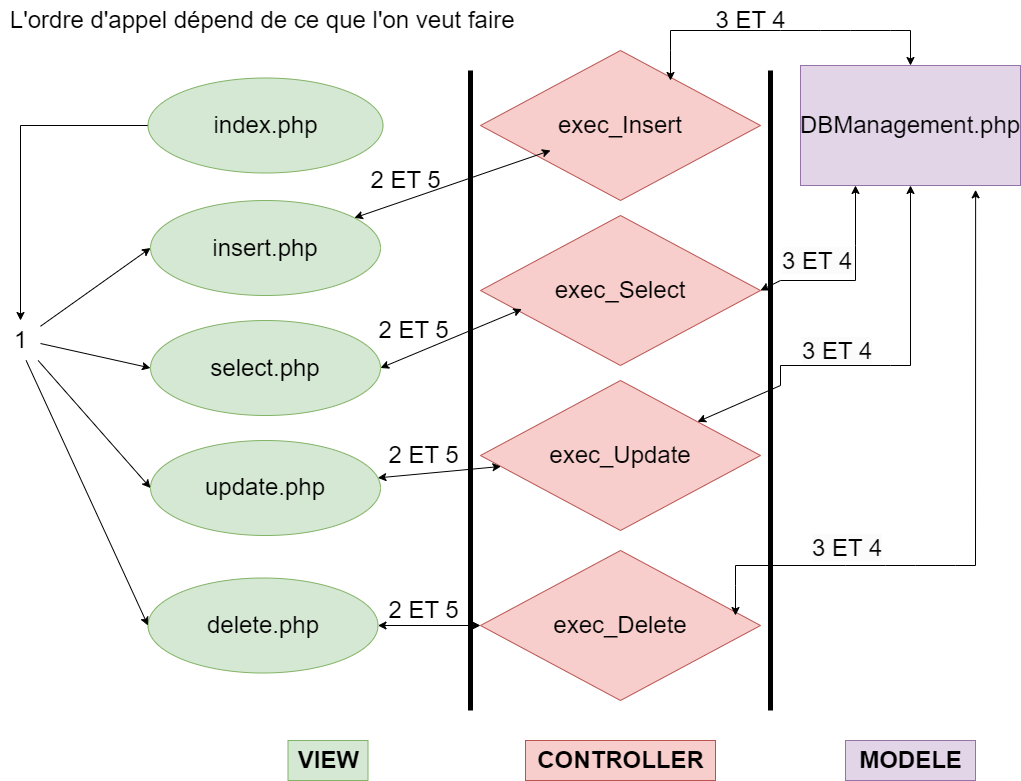
This is 7-TP5/Assets/Diagramme des appels.png from Katia1659/DWWM, a draw.io export, as it was before one commit. Source tidied: cells renumbered, new cells last; positions are measured from the earlier drawing's top-left corner, leaving out a move shared by most shapes. Source of this version:
```xml
<mxGraphModel>
  <root>
    <mxCell id="0" />
    <mxCell id="1" parent="0" />
    <mxCell id="2" style="endArrow=none;html=1;rounded=0;strokeWidth=5;" parent="1" edge="1">
      <mxGeometry relative="1" as="geometry">
        <mxPoint x="470" y="710" as="sourcePoint" />
        <mxPoint x="470" y="70" as="targetPoint" />
        <Array as="points">
          <mxPoint x="470" y="330" />
        </Array>
      </mxGeometry>
    </mxCell>
    <mxCell id="3" style="endArrow=none;html=1;rounded=0;strokeWidth=5;" parent="1" edge="1">
      <mxGeometry relative="1" as="geometry">
        <mxPoint x="770" y="710" as="sourcePoint" />
        <mxPoint x="770" y="70" as="targetPoint" />
        <Array as="points">
          <mxPoint x="770" y="330" />
        </Array>
      </mxGeometry>
    </mxCell>
    <mxCell id="4" value="&lt;font style=&quot;font-size: 24px;&quot;&gt;&lt;b&gt;MODELE&lt;/b&gt;&lt;/font&gt;" style="text;html=1;align=center;verticalAlign=middle;strokeColor=#9673a6;fillColor=#e1d5e7;" parent="1" vertex="1">
      <mxGeometry x="845" y="740" width="130" height="40" as="geometry" />
    </mxCell>
    <mxCell id="5" value="&lt;font style=&quot;font-size: 24px;&quot;&gt;&lt;b&gt;CONTROLLER&lt;/b&gt;&lt;/font&gt;" style="text;html=1;align=center;verticalAlign=middle;strokeColor=#b85450;fillColor=#f8cecc;" parent="1" vertex="1">
      <mxGeometry x="525" y="740" width="190" height="40" as="geometry" />
    </mxCell>
    <mxCell id="6" value="&lt;font style=&quot;font-size: 24px;&quot;&gt;&lt;b&gt;VIEW&lt;/b&gt;&lt;/font&gt;" style="text;html=1;align=center;verticalAlign=middle;strokeColor=#82b366;fillColor=#d5e8d4;" parent="1" vertex="1">
      <mxGeometry x="287.5" y="740" width="80" height="40" as="geometry" />
    </mxCell>
    <mxCell id="7" value="exec_Insert" style="rhombus;whiteSpace=wrap;html=1;fontSize=24;fillColor=#f8cecc;strokeColor=#b85450;" parent="1" vertex="1">
      <mxGeometry x="480" y="50" width="280" height="150" as="geometry" />
    </mxCell>
    <mxCell id="8" value="exec_Select" style="rhombus;whiteSpace=wrap;html=1;fontSize=24;fillColor=#f8cecc;strokeColor=#b85450;" parent="1" vertex="1">
      <mxGeometry x="480" y="215" width="280" height="150" as="geometry" />
    </mxCell>
    <mxCell id="9" value="DBManagement.php" style="rounded=0;whiteSpace=wrap;html=1;fontSize=24;fillColor=#e1d5e7;strokeColor=#9673a6;" parent="1" vertex="1">
      <mxGeometry x="800" y="65" width="220" height="120" as="geometry" />
    </mxCell>
    <mxCell id="10" style="edgeStyle=orthogonalEdgeStyle;rounded=0;jettySize=auto;html=1;exitX=0;exitY=0.5;exitDx=0;exitDy=0;fontSize=24;" parent="1" edge="1" source="11" target="13">
      <mxGeometry relative="1" as="geometry" />
    </mxCell>
    <mxCell id="11" value="index.php" style="ellipse;whiteSpace=wrap;html=1;fontSize=24;fillColor=#d5e8d4;strokeColor=#82b366;" parent="1" vertex="1">
      <mxGeometry x="147.5" y="77.5" width="235" height="95" as="geometry" />
    </mxCell>
    <mxCell id="12" style="endArrow=classic;startArrow=classic;html=1;rounded=0;strokeColor=#000000;strokeWidth=1;fontSize=24;entryX=0.5;entryY=0;entryDx=0;entryDy=0;" parent="1" edge="1" target="9">
      <mxGeometry relative="1" as="geometry">
        <mxPoint x="670" y="80" as="sourcePoint" />
        <Array as="points">
          <mxPoint x="670" y="50" />
          <mxPoint x="670" y="30" />
          <mxPoint x="780" y="30" />
          <mxPoint x="820" y="30" />
          <mxPoint x="850" y="30" />
          <mxPoint x="890" y="30" />
          <mxPoint x="910" y="30" />
        </Array>
      </mxGeometry>
    </mxCell>
    <mxCell id="13" value="1" style="text;html=1;align=center;verticalAlign=middle;points=[];strokeColor=none;fillColor=none;fontSize=24;" parent="1" vertex="1">
      <mxGeometry y="320" width="40" height="40" as="geometry" />
    </mxCell>
    <mxCell id="14" value="exec_Update" style="rhombus;whiteSpace=wrap;html=1;fontSize=24;fillColor=#f8cecc;strokeColor=#b85450;" parent="1" vertex="1">
      <mxGeometry x="480" y="380" width="280" height="150" as="geometry" />
    </mxCell>
    <mxCell id="15" value="insert.php" style="ellipse;whiteSpace=wrap;html=1;fontSize=24;fillColor=#d5e8d4;strokeColor=#82b366;" parent="1" vertex="1">
      <mxGeometry x="150" y="200" width="230" height="95" as="geometry" />
    </mxCell>
    <mxCell id="16" value="select.php" style="ellipse;whiteSpace=wrap;html=1;fontSize=24;fillColor=#d5e8d4;strokeColor=#82b366;" parent="1" vertex="1">
      <mxGeometry x="150" y="320" width="230" height="95" as="geometry" />
    </mxCell>
    <mxCell id="17" value="update.php" style="ellipse;whiteSpace=wrap;html=1;fontSize=24;fillColor=#d5e8d4;strokeColor=#82b366;" parent="1" vertex="1">
      <mxGeometry x="150" y="440" width="230" height="95" as="geometry" />
    </mxCell>
    <mxCell id="18" value="delete.php" style="ellipse;whiteSpace=wrap;html=1;fontSize=24;fillColor=#d5e8d4;strokeColor=#82b366;" parent="1" vertex="1">
      <mxGeometry x="147.5" y="577.5" width="230" height="95" as="geometry" />
    </mxCell>
    <mxCell id="19" value="exec_Delete" style="rhombus;whiteSpace=wrap;html=1;fontSize=24;fillColor=#f8cecc;strokeColor=#b85450;" parent="1" vertex="1">
      <mxGeometry x="480" y="550" width="280" height="150" as="geometry" />
    </mxCell>
    <mxCell id="20" value="3 ET 4" style="text;html=1;align=center;verticalAlign=middle;strokeColor=none;fillColor=none;fontSize=24;" parent="1" vertex="1">
      <mxGeometry x="705" width="90" height="40" as="geometry" />
    </mxCell>
    <mxCell id="21" value="2 ET 5" style="text;html=1;align=center;verticalAlign=middle;strokeColor=none;fillColor=none;fontSize=24;" parent="1" vertex="1">
      <mxGeometry x="360" y="160" width="90" height="40" as="geometry" />
    </mxCell>
    <mxCell id="22" value="&lt;font style=&quot;font-size: 24px;&quot;&gt;L'ordre d'appel dépend de ce que l'on veut faire&amp;nbsp;&lt;/font&gt;" style="text;html=1;align=center;verticalAlign=middle;strokeColor=none;fillColor=none;" parent="1" vertex="1">
      <mxGeometry width="530" height="40" as="geometry" />
    </mxCell>
    <mxCell id="23" style="endArrow=classic;html=1;rounded=0;fontSize=24;entryX=0;entryY=0.5;entryDx=0;entryDy=0;" parent="1" edge="1" source="13" target="15">
      <mxGeometry relative="1" as="geometry" />
    </mxCell>
    <mxCell id="24" style="endArrow=classic;html=1;rounded=0;fontSize=24;entryX=0;entryY=0.5;entryDx=0;entryDy=0;" parent="1" edge="1" target="16">
      <mxGeometry relative="1" as="geometry">
        <mxPoint x="40" y="343" as="sourcePoint" />
      </mxGeometry>
    </mxCell>
    <mxCell id="25" style="endArrow=classic;html=1;rounded=0;fontSize=24;entryX=0;entryY=0.5;entryDx=0;entryDy=0;" parent="1" edge="1" source="13" target="17">
      <mxGeometry relative="1" as="geometry" />
    </mxCell>
    <mxCell id="26" style="endArrow=classic;html=1;rounded=0;fontSize=24;entryX=0;entryY=0.5;entryDx=0;entryDy=0;exitX=0.641;exitY=1;exitDx=0;exitDy=0;exitPerimeter=0;" parent="1" edge="1" source="13" target="18">
      <mxGeometry relative="1" as="geometry" />
    </mxCell>
    <mxCell id="27" value="2 ET 5" style="text;html=1;align=center;verticalAlign=middle;strokeColor=none;fillColor=none;fontSize=24;" parent="1" vertex="1">
      <mxGeometry x="367.5" y="310" width="90" height="40" as="geometry" />
    </mxCell>
    <mxCell id="28" value="2 ET 5" style="text;html=1;align=center;verticalAlign=middle;strokeColor=none;fillColor=none;fontSize=24;" parent="1" vertex="1">
      <mxGeometry x="377.5" y="590" width="90" height="40" as="geometry" />
    </mxCell>
    <mxCell id="29" value="2 ET 5" style="text;html=1;align=center;verticalAlign=middle;strokeColor=none;fillColor=none;fontSize=24;" parent="1" vertex="1">
      <mxGeometry x="377.5" y="435" width="90" height="40" as="geometry" />
    </mxCell>
    <mxCell id="30" value="&lt;span style=&quot;color: rgb(0, 0, 0); font-family: Helvetica; font-size: 24px; font-style: normal; font-variant-ligatures: normal; font-variant-caps: normal; font-weight: 400; letter-spacing: normal; orphans: 2; text-align: center; text-indent: 0px; text-transform: none; widows: 2; word-spacing: 0px; -webkit-text-stroke-width: 0px; background-color: rgb(251, 251, 251); text-decoration-thickness: initial; text-decoration-style: initial; text-decoration-color: initial; float: none; display: inline !important;&quot;&gt;3 ET 4&lt;/span&gt;" style="text;whiteSpace=wrap;html=1;fontSize=24;" parent="1" vertex="1">
      <mxGeometry x="780" y="240" width="100" height="50" as="geometry" />
    </mxCell>
    <mxCell id="31" value="&lt;span style=&quot;color: rgb(0, 0, 0); font-family: Helvetica; font-size: 24px; font-style: normal; font-variant-ligatures: normal; font-variant-caps: normal; font-weight: 400; letter-spacing: normal; orphans: 2; text-align: center; text-indent: 0px; text-transform: none; widows: 2; word-spacing: 0px; -webkit-text-stroke-width: 0px; background-color: rgb(251, 251, 251); text-decoration-thickness: initial; text-decoration-style: initial; text-decoration-color: initial; float: none; display: inline !important;&quot;&gt;3 ET 4&lt;/span&gt;" style="text;whiteSpace=wrap;html=1;fontSize=24;" parent="1" vertex="1">
      <mxGeometry x="800" y="330" width="100" height="50" as="geometry" />
    </mxCell>
    <mxCell id="32" value="&lt;span style=&quot;color: rgb(0, 0, 0); font-family: Helvetica; font-size: 24px; font-style: normal; font-variant-ligatures: normal; font-variant-caps: normal; font-weight: 400; letter-spacing: normal; orphans: 2; text-align: center; text-indent: 0px; text-transform: none; widows: 2; word-spacing: 0px; -webkit-text-stroke-width: 0px; background-color: rgb(251, 251, 251); text-decoration-thickness: initial; text-decoration-style: initial; text-decoration-color: initial; float: none; display: inline !important;&quot;&gt;3 ET 4&lt;/span&gt;" style="text;whiteSpace=wrap;html=1;fontSize=24;" parent="1" vertex="1">
      <mxGeometry x="810" y="527.5" width="100" height="50" as="geometry" />
    </mxCell>
    <mxCell id="33" style="endArrow=classic;startArrow=classic;html=1;rounded=0;fontSize=24;" parent="1" edge="1" source="15">
      <mxGeometry relative="1" as="geometry">
        <mxPoint x="550" y="150" as="targetPoint" />
      </mxGeometry>
    </mxCell>
    <mxCell id="34" style="endArrow=classic;startArrow=classic;html=1;rounded=0;fontSize=24;exitX=1;exitY=0.5;exitDx=0;exitDy=0;" parent="1" edge="1" source="16">
      <mxGeometry relative="1" as="geometry">
        <mxPoint x="521.4" y="308.6" as="targetPoint" />
      </mxGeometry>
    </mxCell>
    <mxCell id="35" style="endArrow=classic;startArrow=classic;html=1;rounded=0;fontSize=24;" parent="1" edge="1" source="17" target="14">
      <mxGeometry relative="1" as="geometry" />
    </mxCell>
    <mxCell id="36" style="edgeStyle=orthogonalEdgeStyle;rounded=0;orthogonalLoop=1;jettySize=auto;html=1;exitX=0.5;exitY=1;exitDx=0;exitDy=0;fontSize=24;" parent="1" edge="1" source="17" target="17">
      <mxGeometry relative="1" as="geometry" />
    </mxCell>
    <mxCell id="37" style="endArrow=classic;startArrow=classic;html=1;rounded=0;fontSize=24;" parent="1" edge="1" source="18" target="19">
      <mxGeometry relative="1" as="geometry" />
    </mxCell>
    <mxCell id="38" style="endArrow=classic;startArrow=classic;html=1;rounded=0;strokeColor=#000000;strokeWidth=1;fontSize=24;entryX=0.796;entryY=1.036;entryDx=0;entryDy=0;entryPerimeter=0;" parent="1" edge="1" target="9">
      <mxGeometry relative="1" as="geometry">
        <mxPoint x="735" y="615" as="sourcePoint" />
        <Array as="points">
          <mxPoint x="735" y="585" />
          <mxPoint x="735" y="565" />
          <mxPoint x="845" y="565" />
          <mxPoint x="885" y="565" />
          <mxPoint x="915" y="565" />
          <mxPoint x="955" y="565" />
          <mxPoint x="975" y="565" />
        </Array>
      </mxGeometry>
    </mxCell>
    <mxCell id="39" style="endArrow=classic;startArrow=classic;html=1;rounded=0;strokeColor=#000000;strokeWidth=1;fontSize=24;entryX=0.25;entryY=1;entryDx=0;entryDy=0;" parent="1" edge="1" target="9">
      <mxGeometry relative="1" as="geometry">
        <mxPoint x="760" y="290" as="sourcePoint" />
        <Array as="points">
          <mxPoint x="780" y="280" />
          <mxPoint x="855" y="280" />
          <mxPoint x="855" y="245" />
        </Array>
      </mxGeometry>
    </mxCell>
    <mxCell id="40" style="endArrow=classic;startArrow=classic;html=1;rounded=0;strokeColor=#000000;strokeWidth=1;fontSize=24;entryX=0.5;entryY=1;entryDx=0;entryDy=0;" parent="1" edge="1" source="14" target="9">
      <mxGeometry relative="1" as="geometry">
        <Array as="points">
          <mxPoint x="780" y="385" />
          <mxPoint x="780" y="365" />
          <mxPoint x="890" y="365" />
          <mxPoint x="910" y="365" />
        </Array>
      </mxGeometry>
    </mxCell>
  </root>
</mxGraphModel>
```
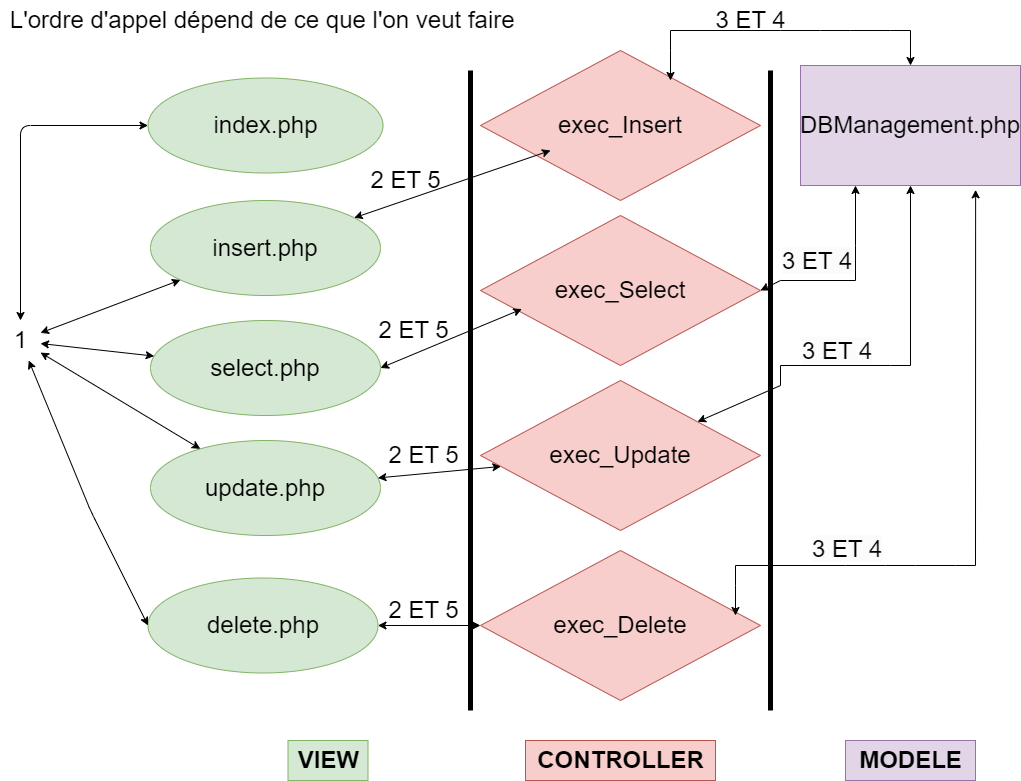
Later version of the same file.

What changed in the source:
```diff
@@ -38,8 +38,12 @@
     <mxCell id="9" value="DBManagement.php" style="rounded=0;whiteSpace=wrap;html=1;fontSize=24;fillColor=#e1d5e7;strokeColor=#9673a6;" parent="1" vertex="1">
       <mxGeometry x="800" y="65" width="220" height="120" as="geometry" />
     </mxCell>
-    <mxCell id="10" style="edgeStyle=orthogonalEdgeStyle;rounded=0;jettySize=auto;html=1;exitX=0;exitY=0.5;exitDx=0;exitDy=0;fontSize=24;" parent="1" edge="1" source="11" target="13">
-      <mxGeometry relative="1" as="geometry" />
+    <mxCell id="10" style="endArrow=classic;startArrow=classic;html=1;fontFamily=Helvetica;fontSize=24;fontColor=default;align=center;strokeColor=default;edgeStyle=orthogonalEdgeStyle;" parent="1" edge="1" source="11" target="13">
+      <mxGeometry relative="1" as="geometry">
+        <Array as="points">
+          <mxPoint x="20" y="125" />
+        </Array>
+      </mxGeometry>
     </mxCell>
     <mxCell id="11" value="index.php" style="ellipse;whiteSpace=wrap;html=1;fontSize=24;fillColor=#d5e8d4;strokeColor=#82b366;" parent="1" vertex="1">
       <mxGeometry x="147.5" y="77.5" width="235" height="95" as="geometry" />
@@ -88,19 +92,23 @@
     <mxCell id="22" value="&lt;font style=&quot;font-size: 24px;&quot;&gt;L'ordre d'appel dépend de ce que l'on veut faire&amp;nbsp;&lt;/font&gt;" style="text;html=1;align=center;verticalAlign=middle;strokeColor=none;fillColor=none;" parent="1" vertex="1">
       <mxGeometry width="530" height="40" as="geometry" />
     </mxCell>
-    <mxCell id="23" style="endArrow=classic;html=1;rounded=0;fontSize=24;entryX=0;entryY=0.5;entryDx=0;entryDy=0;" parent="1" edge="1" source="13" target="15">
+    <mxCell id="23" style="endArrow=classic;startArrow=classic;html=1;fontFamily=Helvetica;fontSize=24;fontColor=default;align=center;strokeColor=default;" parent="1" edge="1" source="13" target="15">
       <mxGeometry relative="1" as="geometry" />
     </mxCell>
-    <mxCell id="24" style="endArrow=classic;html=1;rounded=0;fontSize=24;entryX=0;entryY=0.5;entryDx=0;entryDy=0;" parent="1" edge="1" target="16">
+    <mxCell id="24" style="endArrow=classic;startArrow=classic;html=1;fontFamily=Helvetica;fontSize=24;fontColor=default;align=center;strokeColor=default;" parent="1" edge="1" target="16">
       <mxGeometry relative="1" as="geometry">
         <mxPoint x="40" y="343" as="sourcePoint" />
       </mxGeometry>
     </mxCell>
-    <mxCell id="25" style="endArrow=classic;html=1;rounded=0;fontSize=24;entryX=0;entryY=0.5;entryDx=0;entryDy=0;" parent="1" edge="1" source="13" target="17">
+    <mxCell id="25" style="endArrow=classic;startArrow=classic;html=1;fontFamily=Helvetica;fontSize=24;fontColor=default;align=center;strokeColor=default;" parent="1" edge="1" source="13" target="17">
       <mxGeometry relative="1" as="geometry" />
     </mxCell>
-    <mxCell id="26" style="endArrow=classic;html=1;rounded=0;fontSize=24;entryX=0;entryY=0.5;entryDx=0;entryDy=0;exitX=0.641;exitY=1;exitDx=0;exitDy=0;exitPerimeter=0;" parent="1" edge="1" source="13" target="18">
-      <mxGeometry relative="1" as="geometry" />
+    <mxCell id="26" style="endArrow=classic;startArrow=classic;html=1;fontFamily=Helvetica;fontSize=24;fontColor=default;align=center;strokeColor=default;entryX=0;entryY=0.5;entryDx=0;entryDy=0;" parent="1" edge="1" source="13" target="18">
+      <mxGeometry relative="1" as="geometry">
+        <Array as="points">
+          <mxPoint x="90" y="510" />
+        </Array>
+      </mxGeometry>
     </mxCell>
     <mxCell id="27" value="2 ET 5" style="text;html=1;align=center;verticalAlign=middle;strokeColor=none;fillColor=none;fontSize=24;" parent="1" vertex="1">
       <mxGeometry x="367.5" y="310" width="90" height="40" as="geometry" />
```
